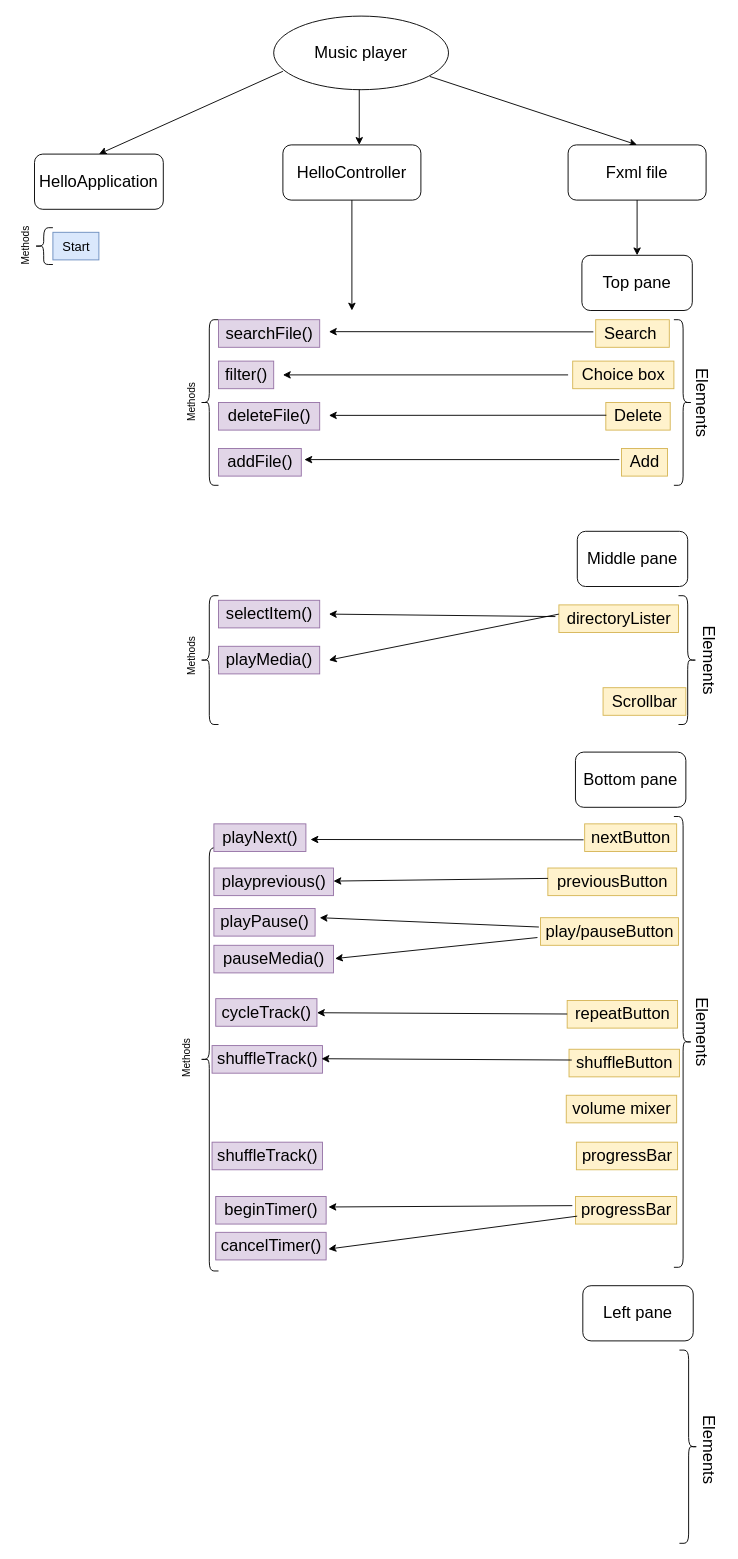
Earlier version of the draw.io diagram Untitled Diagram.drawio (nzolotoff/HSE-calculator-Java). Source tidied: cells renumbered, new cells numbered last; positions are measured from the earlier drawing's top-left corner, leaving out a move shared by most shapes. Both pictures are drawn from the tidied source at 92%, with x=0, y=0 at pixel (-3, 16).
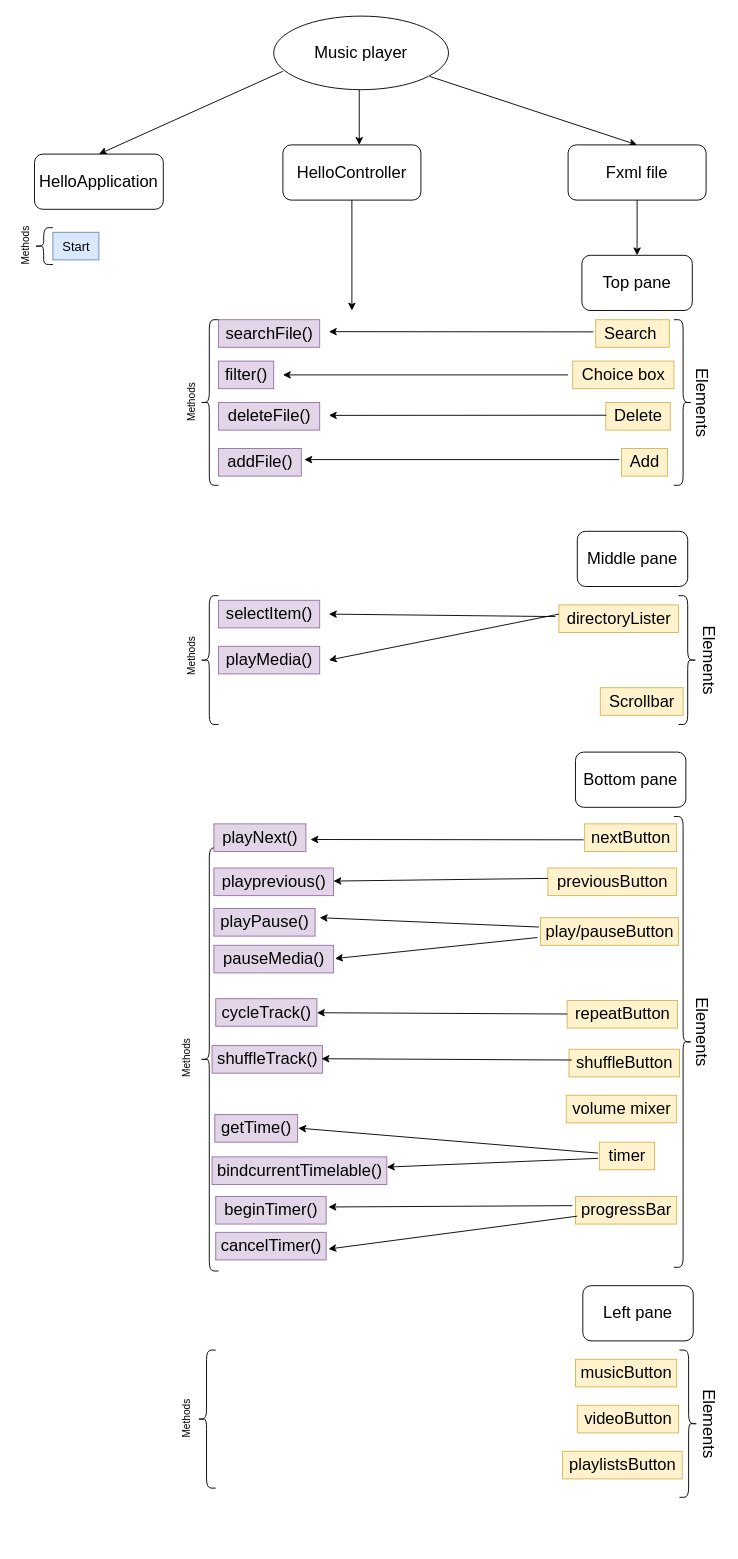
After the change.

What changed in the source:
```diff
@@
     <mxCell id="35" value="Scrollbar" style="text;html=1;align=center;verticalAlign=middle;strokeColor=#d6b656;fillColor=#fff2cc;fontSize=18;" parent="1" vertex="1">
-      <mxGeometry x="658" y="730" width="90" height="30" as="geometry" />
+      <mxGeometry x="655" y="730" width="90" height="30" as="geometry" />
     </mxCell>
@@
-    <mxCell id="55" value="progressBar" style="text;html=1;align=center;verticalAlign=middle;points=[];strokeColor=#d6b656;fillColor=#fff2cc;fontSize=18;" parent="1" vertex="1">
-      <mxGeometry x="629" y="1224" width="110" height="30" as="geometry" />
+    <mxCell id="55" value="timer" style="text;html=1;align=center;verticalAlign=middle;points=[];strokeColor=#d6b656;fillColor=#fff2cc;fontSize=18;" parent="1" vertex="1">
+      <mxGeometry x="654" y="1224" width="60" height="30" as="geometry" />
     </mxCell>
@@
-    <mxCell id="67" value="shuffleTrack()" style="text;html=1;align=center;verticalAlign=middle;points=[];strokeColor=#9673a6;fillColor=#e1d5e7;fontSize=18;" parent="1" vertex="1">
-      <mxGeometry x="233" y="1224" width="120" height="30" as="geometry" />
+    <mxCell id="67" value="getTime()" style="text;html=1;align=center;verticalAlign=middle;points=[];strokeColor=#9673a6;fillColor=#e1d5e7;fontSize=18;" parent="1" vertex="1">
+      <mxGeometry x="236" y="1194" width="90" height="30" as="geometry" />
     </mxCell>
@@
     <mxCell id="69" style="shape=curlyBracket;whiteSpace=wrap;html=1;rounded=1;flipH=1;fontSize=18;" parent="1" vertex="1">
-      <mxGeometry x="741" y="1450" width="20" height="210" as="geometry" />
+      <mxGeometry x="741" y="1450" width="20" height="160" as="geometry" />
     </mxCell>
     <mxCell id="70" value="Elements" style="text;html=1;align=center;verticalAlign=middle;strokeColor=none;fillColor=none;fontSize=18;rotation=90;" parent="1" vertex="1">
-      <mxGeometry x="728" y="1543" width="90" height="30" as="geometry" />
+      <mxGeometry x="728" y="1515" width="90" height="30" as="geometry" />
     </mxCell>
@@
+    <mxCell id="75" value="musicButton" style="text;html=1;align=center;verticalAlign=middle;strokeColor=#d6b656;fillColor=#fff2cc;fontSize=18;" parent="1" vertex="1">
+      <mxGeometry x="628" y="1460" width="110" height="30" as="geometry" />
+    </mxCell>
+    <mxCell id="76" value="videoButton" style="text;html=1;align=center;verticalAlign=middle;strokeColor=#d6b656;fillColor=#fff2cc;fontSize=18;" parent="1" vertex="1">
+      <mxGeometry x="630" y="1510" width="110" height="30" as="geometry" />
+    </mxCell>
+    <mxCell id="77" value="playlistsButton" style="text;html=1;align=center;verticalAlign=middle;strokeColor=#d6b656;fillColor=#fff2cc;fontSize=18;" parent="1" vertex="1">
+      <mxGeometry x="614" y="1560" width="130" height="30" as="geometry" />
+    </mxCell>
+    <mxCell id="78" style="shape=curlyBracket;whiteSpace=wrap;html=1;rounded=1;fontSize=18;" parent="1" vertex="1">
+      <mxGeometry x="217" y="1450" width="20" height="150" as="geometry" />
+    </mxCell>
+    <mxCell id="79" value="&lt;font style=&quot;font-size: 11px;&quot;&gt;&lt;font&gt;Meth&lt;/font&gt;ods&lt;/font&gt;" style="text;html=1;align=center;verticalAlign=middle;strokeColor=none;fillColor=none;fontSize=14;rotation=270;" parent="1" vertex="1">
+      <mxGeometry x="174" y="1515" width="60" height="20" as="geometry" />
+    </mxCell>
+    <mxCell id="80" value="bindcurrentTimelable()" style="text;html=1;align=center;verticalAlign=middle;points=[];strokeColor=#9673a6;fillColor=#e1d5e7;fontSize=18;" parent="1" vertex="1">
+      <mxGeometry x="233" y="1240" width="190" height="30" as="geometry" />
+    </mxCell>
+    <mxCell id="81" style="endArrow=classic;html=1;rounded=0;fontSize=18;exitX=-0.026;exitY=0.395;exitDx=0;exitDy=0;exitPerimeter=0;entryX=1.008;entryY=0.49;entryDx=0;entryDy=0;entryPerimeter=0;" parent="1" edge="1" source="55" target="67">
+      <mxGeometry relative="1" as="geometry" />
+    </mxCell>
+    <mxCell id="82" style="endArrow=classic;html=1;rounded=0;fontSize=18;exitX=-0.026;exitY=0.586;exitDx=0;exitDy=0;exitPerimeter=0;" parent="1" edge="1" source="55" target="80">
+      <mxGeometry relative="1" as="geometry" />
+    </mxCell>
```
